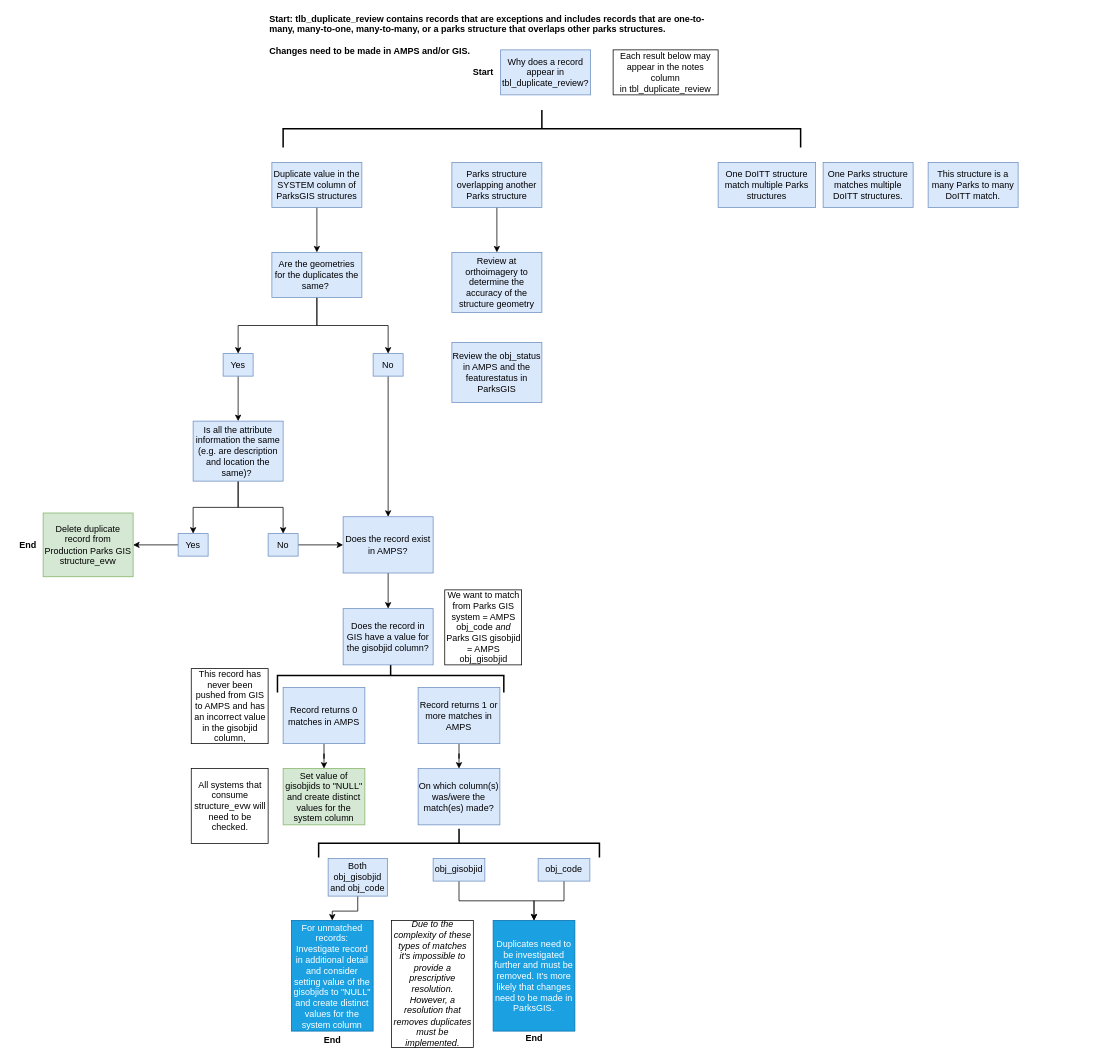
Earlier version of the draw.io diagram Untitled Diagram.drawio (NYCParks-data/Structures). Source tidied: cells renumbered, new cells numbered last; positions are measured from the earlier drawing's top-left corner, leaving out a move shared by most shapes. Both pictures are drawn from the tidied source at 75%, with x=0, y=0 at pixel (13, -130).
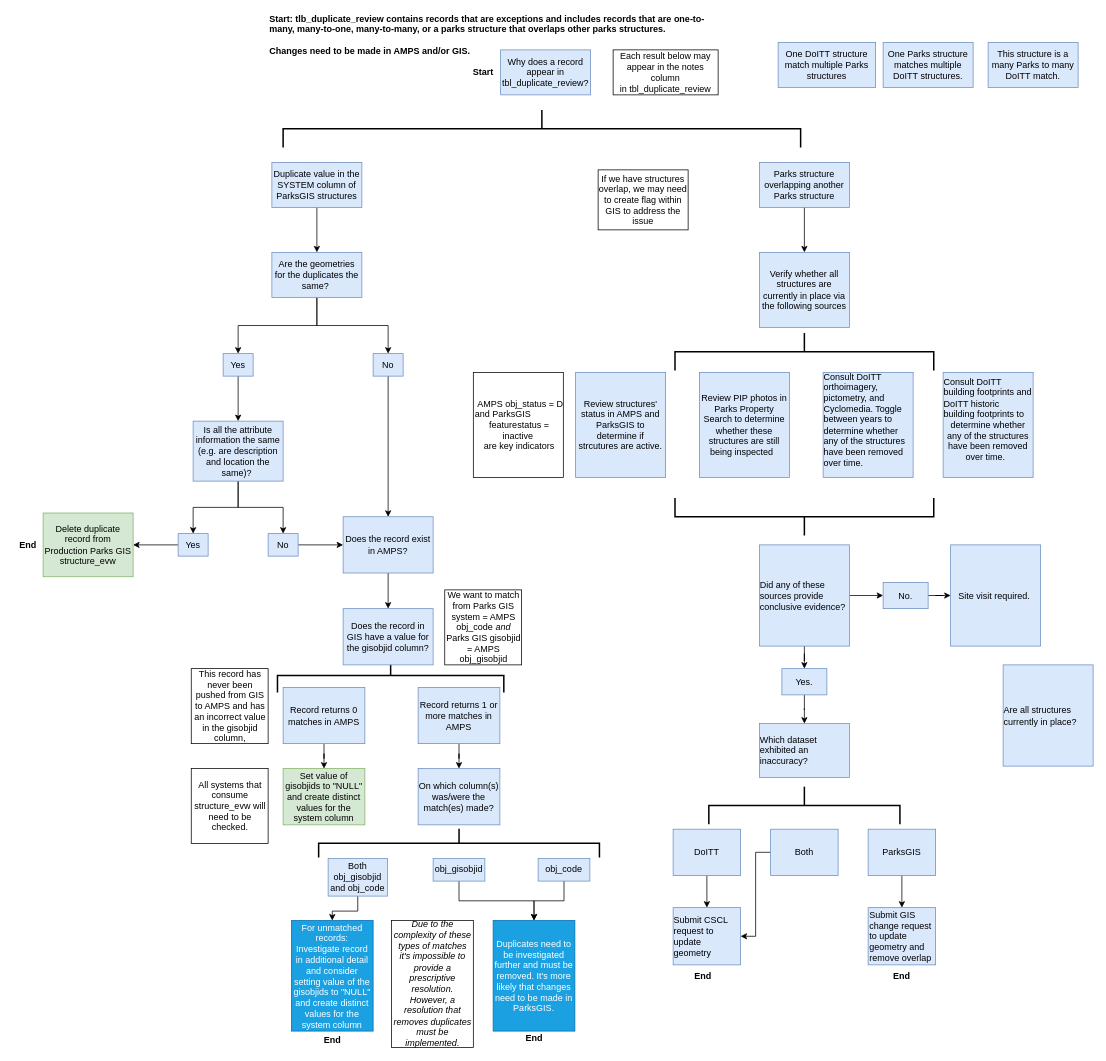
The same page after the edit.

Diff of the diagram source:
```diff
@@
     <mxCell id="2" value="&lt;div style=&quot;box-sizing: border-box&quot;&gt;&lt;font style=&quot;font-size: 12px&quot;&gt;This structure is a many Parks to many DoITT match.&lt;/font&gt;&lt;/div&gt;" style="rounded=0;whiteSpace=wrap;html=1;fillColor=#dae8fc;strokeColor=#6c8ebf;" parent="1" vertex="1">
-      <mxGeometry x="1220" y="390" width="120" height="60" as="geometry" />
+      <mxGeometry x="1300" y="230" width="120" height="60" as="geometry" />
     </mxCell>
     <mxCell id="3" value="&lt;div style=&quot;box-sizing: border-box ; font-family: &amp;#34;segoe ui&amp;#34; , , &amp;#34;apple color emoji&amp;#34; , &amp;#34;segoe ui emoji&amp;#34; , sans-serif&quot;&gt;One Parks structure matches multiple DoITT structures.&lt;/div&gt;" style="rounded=0;whiteSpace=wrap;html=1;fillColor=#dae8fc;strokeColor=#6c8ebf;" parent="1" vertex="1">
-      <mxGeometry x="1080" y="390" width="120" height="60" as="geometry" />
+      <mxGeometry x="1160" y="230" width="120" height="60" as="geometry" />
     </mxCell>
     <mxCell id="4" value="&lt;div style=&quot;box-sizing: border-box ; font-family: &amp;#34;segoe ui&amp;#34; , , &amp;#34;apple color emoji&amp;#34; , &amp;#34;segoe ui emoji&amp;#34; , sans-serif&quot;&gt;One DoITT structure match multiple Parks structures&lt;/div&gt;" style="rounded=0;whiteSpace=wrap;html=1;fillColor=#dae8fc;strokeColor=#6c8ebf;" parent="1" vertex="1">
-      <mxGeometry x="940" y="390" width="130" height="60" as="geometry" />
+      <mxGeometry x="1020" y="230" width="130" height="60" as="geometry" />
     </mxCell>
@@
     <mxCell id="7" value="&lt;div style=&quot;box-sizing: border-box ; font-family: &amp;#34;segoe ui&amp;#34; , , &amp;#34;apple color emoji&amp;#34; , &amp;#34;segoe ui emoji&amp;#34; , sans-serif ; font-size: 14px&quot;&gt;&lt;div style=&quot;box-sizing: border-box ; font-family: &amp;#34;segoe ui&amp;#34; , , &amp;#34;apple color emoji&amp;#34; , &amp;#34;segoe ui emoji&amp;#34; , sans-serif ; font-size: 12px&quot;&gt;Parks structure overlapping another Parks structure&lt;/div&gt;&lt;/div&gt;" style="rounded=0;whiteSpace=wrap;html=1;fillColor=#dae8fc;strokeColor=#6c8ebf;" parent="1" vertex="1">
-      <mxGeometry x="585" y="390" width="120" height="60" as="geometry" />
+      <mxGeometry x="995" y="390" width="120" height="60" as="geometry" />
     </mxCell>
@@
-    <mxCell id="55" value="Review at orthoimagery to determine the accuracy of the structure geometry" style="rounded=0;whiteSpace=wrap;html=1;fillColor=#dae8fc;strokeColor=#6c8ebf;" parent="1" vertex="1">
-      <mxGeometry x="585" y="510" width="120" height="80" as="geometry" />
+    <mxCell id="55" value="Verify whether all structures are currently in place via the following sources" style="rounded=0;whiteSpace=wrap;html=1;fillColor=#dae8fc;strokeColor=#6c8ebf;" parent="1" vertex="1">
+      <mxGeometry x="995" y="510" width="120" height="100" as="geometry" />
     </mxCell>
-    <mxCell id="56" value="Review the obj_status in AMPS and the featurestatus in ParksGIS" style="rounded=0;whiteSpace=wrap;html=1;fillColor=#dae8fc;strokeColor=#6c8ebf;" parent="1" vertex="1">
-      <mxGeometry x="585" y="630" width="120" height="80" as="geometry" />
+    <mxCell id="56" value="Review structures' status in AMPS and ParksGIS to determine if strcutures are active." style="rounded=0;whiteSpace=wrap;html=1;fillColor=#dae8fc;strokeColor=#6c8ebf;" parent="1" vertex="1">
+      <mxGeometry x="750" y="670" width="120" height="140" as="geometry" />
     </mxCell>
+    <mxCell id="57" value="&lt;div style=&quot;box-sizing: border-box ; font-family: &amp;#34;segoe ui&amp;#34; , , &amp;#34;apple color emoji&amp;#34; , &amp;#34;segoe ui emoji&amp;#34; , sans-serif ; font-size: 14px&quot;&gt;&lt;div style=&quot;box-sizing: border-box ; font-family: &amp;#34;segoe ui&amp;#34; , , &amp;#34;apple color emoji&amp;#34; , &amp;#34;segoe ui emoji&amp;#34; , sans-serif ; font-size: 12px&quot;&gt;If we have structures overlap, we may need to create flag within GIS to address the issue&lt;/div&gt;&lt;/div&gt;" style="rounded=0;whiteSpace=wrap;html=1;" parent="1" vertex="1">
+      <mxGeometry x="780" y="400" width="120" height="80" as="geometry" />
+    </mxCell>
+    <mxCell id="58" style="strokeWidth=2;html=1;shape=mxgraph.flowchart.annotation_2;align=left;labelPosition=right;rotation=90;" parent="1" vertex="1">
+      <mxGeometry x="1030" y="470" width="50" height="345" as="geometry" />
+    </mxCell>
+    <mxCell id="59" value="&lt;span style=&quot;text-align: left&quot;&gt;Review PIP photos in Parks Property Search to determine whether these structures are still being inspected&lt;/span&gt;&amp;nbsp;&amp;nbsp;" style="rounded=0;whiteSpace=wrap;html=1;fillColor=#dae8fc;strokeColor=#6c8ebf;" parent="1" vertex="1">
+      <mxGeometry x="915" y="670" width="120" height="140" as="geometry" />
+    </mxCell>
+    <mxCell id="60" value="&lt;div style=&quot;text-align: left ; box-sizing: border-box&quot;&gt;Consult DoITT orthoimagery, pictometry, and Cyclomedia. Toggle between years to determine whether any of the structures have been removed over time.&amp;nbsp;&amp;nbsp;&lt;/div&gt;&lt;div&gt;&lt;br&gt;&lt;/div&gt;" style="rounded=0;whiteSpace=wrap;html=1;fillColor=#dae8fc;strokeColor=#6c8ebf;" parent="1" vertex="1">
+      <mxGeometry x="1080" y="670" width="120" height="140" as="geometry" />
+    </mxCell>
+    <mxCell id="61" style="strokeWidth=2;html=1;shape=mxgraph.flowchart.annotation_2;align=left;labelPosition=right;rotation=-90;" parent="1" vertex="1">
+      <mxGeometry x="1030" y="690" width="50" height="345" as="geometry" />
+    </mxCell>
+    <mxCell id="62" value="&lt;div style=&quot;text-align: left ; box-sizing: border-box&quot;&gt;Consult DoITT building footprints and DoITT historic building footprints to&amp;nbsp;&lt;/div&gt;&lt;span style=&quot;text-align: left&quot;&gt;determine whether any of the structures have been removed over time.&amp;nbsp;&amp;nbsp;&lt;/span&gt;&lt;div&gt;&lt;br&gt;&lt;/div&gt;" style="rounded=0;whiteSpace=wrap;html=1;fillColor=#dae8fc;strokeColor=#6c8ebf;" parent="1" vertex="1">
+      <mxGeometry x="1240" y="670" width="120" height="140" as="geometry" />
+    </mxCell>
+    <mxCell id="63" style="edgeStyle=orthogonalEdgeStyle;rounded=0;jettySize=auto;html=1;" parent="1" edge="1" source="65" target="67">
+      <mxGeometry relative="1" as="geometry" />
+    </mxCell>
+    <mxCell id="64" style="edgeStyle=orthogonalEdgeStyle;rounded=0;jettySize=auto;html=1;" parent="1" edge="1" source="65" target="70">
+      <mxGeometry relative="1" as="geometry" />
+    </mxCell>
+    <mxCell id="65" value="&lt;div style=&quot;text-align: left ; box-sizing: border-box&quot;&gt;Did any of these sources provide conclusive evidence?&amp;nbsp;&lt;/div&gt;" style="rounded=0;whiteSpace=wrap;html=1;fillColor=#dae8fc;strokeColor=#6c8ebf;" parent="1" vertex="1">
+      <mxGeometry x="995" y="900" width="120" height="135" as="geometry" />
+    </mxCell>
+    <mxCell id="66" style="edgeStyle=orthogonalEdgeStyle;rounded=0;jettySize=auto;html=1;" parent="1" edge="1" source="67" target="68">
+      <mxGeometry relative="1" as="geometry" />
+    </mxCell>
+    <mxCell id="67" value="&lt;div style=&quot;text-align: left ; box-sizing: border-box&quot;&gt;No.&lt;/div&gt;" style="rounded=0;whiteSpace=wrap;html=1;fillColor=#dae8fc;strokeColor=#6c8ebf;" parent="1" vertex="1">
+      <mxGeometry x="1160" y="950" width="60" height="35" as="geometry" />
+    </mxCell>
+    <mxCell id="68" value="&lt;div style=&quot;text-align: left ; box-sizing: border-box&quot;&gt;Site visit required.&amp;nbsp;&lt;/div&gt;" style="rounded=0;whiteSpace=wrap;html=1;fillColor=#dae8fc;strokeColor=#6c8ebf;" parent="1" vertex="1">
+      <mxGeometry x="1250" y="900" width="120" height="135" as="geometry" />
+    </mxCell>
+    <mxCell id="69" style="edgeStyle=orthogonalEdgeStyle;rounded=0;jettySize=auto;html=1;" parent="1" edge="1" source="70" target="71">
+      <mxGeometry relative="1" as="geometry" />
+    </mxCell>
+    <mxCell id="70" value="&lt;div style=&quot;text-align: left ; box-sizing: border-box&quot;&gt;Yes.&lt;/div&gt;" style="rounded=0;whiteSpace=wrap;html=1;fillColor=#dae8fc;strokeColor=#6c8ebf;" parent="1" vertex="1">
+      <mxGeometry x="1025" y="1065" width="60" height="35" as="geometry" />
+    </mxCell>
+    <mxCell id="71" value="&lt;div style=&quot;text-align: left ; box-sizing: border-box&quot;&gt;Which dataset exhibited an inaccuracy?&amp;nbsp;&lt;/div&gt;" style="rounded=0;whiteSpace=wrap;html=1;fillColor=#dae8fc;strokeColor=#6c8ebf;" parent="1" vertex="1">
+      <mxGeometry x="995" y="1138.3" width="120" height="71.7" as="geometry" />
+    </mxCell>
+    <mxCell id="72" value="&lt;div style=&quot;text-align: left ; box-sizing: border-box&quot;&gt;Are all structures currently in place?&amp;nbsp;&lt;/div&gt;" style="rounded=0;whiteSpace=wrap;html=1;fillColor=#dae8fc;strokeColor=#6c8ebf;" parent="1" vertex="1">
+      <mxGeometry x="1320" y="1060" width="120" height="135" as="geometry" />
+    </mxCell>
+    <mxCell id="73" style="strokeWidth=2;html=1;shape=mxgraph.flowchart.annotation_2;align=left;labelPosition=right;rotation=90;" parent="1" vertex="1">
+      <mxGeometry x="1030" y="1120" width="50" height="254.8" as="geometry" />
+    </mxCell>
+    <mxCell id="74" style="edgeStyle=orthogonalEdgeStyle;rounded=0;jettySize=auto;html=1;" parent="1" edge="1" source="75" target="78">
+      <mxGeometry relative="1" as="geometry" />
+    </mxCell>
+    <mxCell id="75" value="&lt;div style=&quot;text-align: left ; box-sizing: border-box&quot;&gt;ParksGIS&lt;/div&gt;" style="rounded=0;whiteSpace=wrap;html=1;fillColor=#dae8fc;strokeColor=#6c8ebf;" parent="1" vertex="1">
+      <mxGeometry x="1140" y="1279.1" width="90" height="61.7" as="geometry" />
+    </mxCell>
+    <mxCell id="76" style="edgeStyle=orthogonalEdgeStyle;rounded=0;jettySize=auto;html=1;" parent="1" edge="1" source="77" target="79">
+      <mxGeometry relative="1" as="geometry" />
+    </mxCell>
+    <mxCell id="77" value="&lt;div style=&quot;text-align: left ; box-sizing: border-box&quot;&gt;DoITT&lt;/div&gt;" style="rounded=0;whiteSpace=wrap;html=1;fillColor=#dae8fc;strokeColor=#6c8ebf;" parent="1" vertex="1">
+      <mxGeometry x="880" y="1279.1" width="90" height="61.7" as="geometry" />
+    </mxCell>
+    <mxCell id="78" value="&lt;div style=&quot;box-sizing: border-box&quot;&gt;Submit GIS change request&amp;nbsp;&lt;/div&gt;&lt;span&gt;to &lt;/span&gt;update geometry and remove overlap" style="rounded=0;whiteSpace=wrap;html=1;fillColor=#dae8fc;strokeColor=#6c8ebf;align=left;" parent="1" vertex="1">
+      <mxGeometry x="1140" y="1383.7" width="90" height="76.3" as="geometry" />
+    </mxCell>
+    <mxCell id="79" value="&lt;div style=&quot;text-align: left ; box-sizing: border-box&quot;&gt;Submit CSCL request to update geometry&amp;nbsp;&lt;/div&gt;" style="rounded=0;whiteSpace=wrap;html=1;fillColor=#dae8fc;strokeColor=#6c8ebf;" parent="1" vertex="1">
+      <mxGeometry x="880" y="1383.7" width="90" height="76.3" as="geometry" />
+    </mxCell>
+    <mxCell id="80" style="edgeStyle=orthogonalEdgeStyle;rounded=0;jettySize=auto;html=1;entryX=1;entryY=0.5;entryDx=0;entryDy=0;" parent="1" edge="1" source="81" target="79">
+      <mxGeometry relative="1" as="geometry" />
+    </mxCell>
+    <mxCell id="81" value="&lt;div style=&quot;text-align: left ; box-sizing: border-box&quot;&gt;Both&lt;/div&gt;" style="rounded=0;whiteSpace=wrap;html=1;fillColor=#dae8fc;strokeColor=#6c8ebf;" parent="1" vertex="1">
+      <mxGeometry x="1010" y="1279.1" width="90" height="61.7" as="geometry" />
+    </mxCell>
+    <mxCell id="82" value="&lt;b&gt;End&lt;/b&gt;" style="text;html=1;strokeColor=none;fillColor=none;align=center;verticalAlign=middle;whiteSpace=wrap;rounded=0;" parent="1" vertex="1">
+      <mxGeometry x="900" y="1464.8" width="40" height="20" as="geometry" />
+    </mxCell>
+    <mxCell id="83" value="&lt;b&gt;End&lt;/b&gt;" style="text;html=1;strokeColor=none;fillColor=none;align=center;verticalAlign=middle;whiteSpace=wrap;rounded=0;" parent="1" vertex="1">
+      <mxGeometry x="1165" y="1464.8" width="40" height="20" as="geometry" />
+    </mxCell>
+    <mxCell id="84" value="&lt;span style=&quot;text-align: center&quot;&gt;&amp;nbsp;&lt;/span&gt;&lt;span style=&quot;text-align: center&quot;&gt;AMPS obj_status = D and ParksGIS&lt;/span&gt;&lt;div style=&quot;text-align: center ; box-sizing: border-box&quot;&gt;featurestatus = inactive&amp;nbsp;&lt;/div&gt;&lt;div style=&quot;text-align: center ; box-sizing: border-box&quot;&gt;&amp;nbsp;are key indicators&amp;nbsp;&lt;/div&gt;" style="rounded=0;whiteSpace=wrap;html=1;align=left;" parent="1" vertex="1">
+      <mxGeometry x="613.6" y="670" width="120" height="140" as="geometry" />
+    </mxCell>
```
